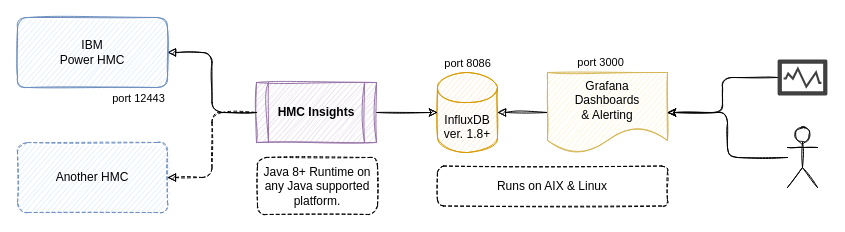
Above: doc/HMCi.drawio in mnellemann/hmci (draw.io), before the change. Source tidied: cells renumbered, new cells numbered last; positions are measured from the earlier drawing's top-left corner, leaving out a move shared by most shapes. Both pictures are drawn from the tidied source at 100%, with x=0, y=0 at pixel (17, 17).
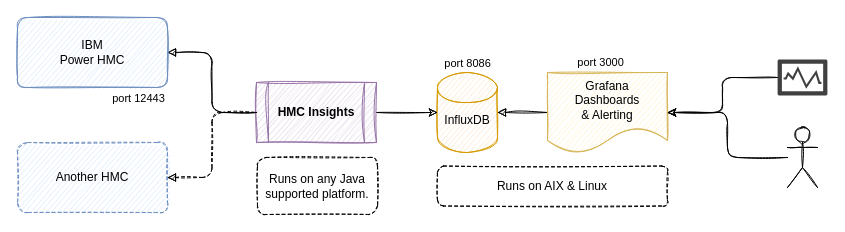
Above is the later version.

What changed in the source:
```diff
@@
-    <mxCell id="3" value="&lt;br&gt;&lt;br&gt;InfluxDB&lt;br&gt;ver. 1.8+" style="shape=cylinder2;whiteSpace=wrap;html=1;boundedLbl=1;backgroundOutline=1;size=15;fillColor=#ffe6cc;strokeColor=#d79b00;sketch=1;" parent="1" vertex="1">
+    <mxCell id="3" value="&lt;br&gt;InfluxDB" style="shape=cylinder2;whiteSpace=wrap;html=1;boundedLbl=1;backgroundOutline=1;size=15;fillColor=#ffe6cc;strokeColor=#d79b00;sketch=1;" parent="1" vertex="1">
       <mxGeometry x="420" y="55" width="60" height="80" as="geometry" />
     </mxCell>
@@
-    <mxCell id="13" value="&lt;div&gt;Java 8+ Runtime on&lt;br&gt;&lt;/div&gt;&lt;div&gt;any Java supported platform.&lt;/div&gt;" style="rounded=1;whiteSpace=wrap;html=1;dashed=1;fillColor=#ffffff;gradientColor=none;sketch=1;" parent="1" vertex="1">
+    <mxCell id="13" value="&lt;div&gt;&lt;span style=&quot;background-color: initial;&quot;&gt;Runs on any Java supported platform.&lt;/span&gt;&lt;br&gt;&lt;/div&gt;" style="rounded=1;whiteSpace=wrap;html=1;dashed=1;fillColor=#ffffff;gradientColor=none;sketch=1;" parent="1" vertex="1">
       <mxGeometry x="240" y="140" width="120" height="57" as="geometry" />
     </mxCell>
```
